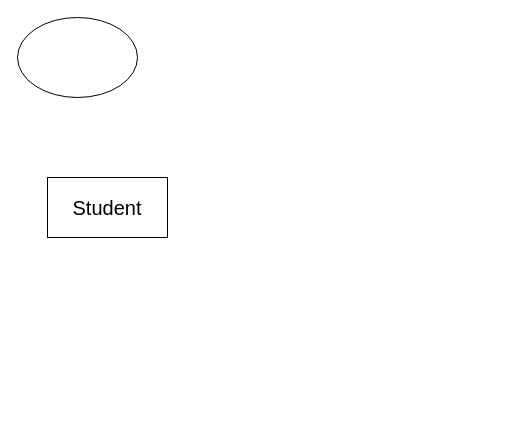
Earlier version of the draw.io diagram Untitled Diagram.drawio (Katt9/Database-Design-for-Information-Organizations). Source tidied: cells renumbered, new cells numbered last; positions are measured from the earlier drawing's top-left corner, leaving out a move shared by most shapes. Both pictures are drawn from the tidied source at 100%, with x=0, y=0 at pixel (17, 17).
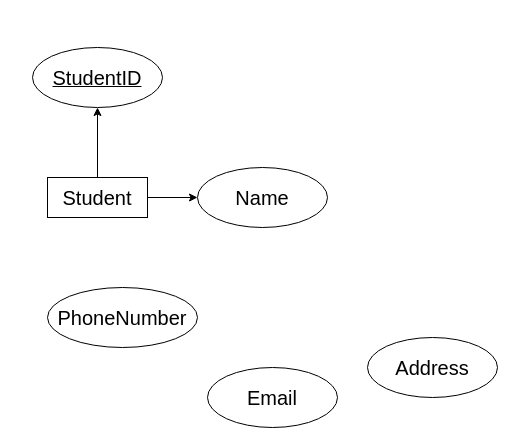
After the change.

Commit message:
Assignment I - ERD

Change to the diagram source:
```diff
@@
 <mxGraphModel>
   <root>
     <mxCell id="0" />
     <mxCell id="1" parent="0" />
+    <mxCell id="4" style="edgeStyle=orthogonalEdgeStyle;rounded=0;jettySize=auto;html=1;" parent="1" edge="1" source="2" target="7">
+      <mxGeometry relative="1" as="geometry" />
+    </mxCell>
+    <mxCell id="5" style="edgeStyle=orthogonalEdgeStyle;rounded=0;jettySize=auto;html=1;" parent="1" edge="1" source="2" target="6">
+      <mxGeometry relative="1" as="geometry" />
+    </mxCell>
-    <mxCell id="2" value="&lt;font style=&quot;font-size: 20px;&quot;&gt;Student&lt;/font&gt;" style="rounded=0;whiteSpace=wrap;html=1;" parent="1" vertex="1">
-      <mxGeometry x="30" y="160" width="120" height="60" as="geometry" />
+    <mxCell id="2" value="&lt;font style=&quot;font-size: 20px;&quot;&gt;Student&lt;/font&gt;" style="whiteSpace=wrap;html=1;align=center;" parent="1" vertex="1">
+      <mxGeometry x="30" y="160" width="100" height="40" as="geometry" />
     </mxCell>
-    <mxCell id="3" style="ellipse;whiteSpace=wrap;html=1;" parent="1" vertex="1">
-      <mxGeometry width="120" height="80" as="geometry" />
-    </mxCell>
+    <mxCell id="6" value="&lt;font style=&quot;font-size: 20px;&quot;&gt;Name&lt;/font&gt;" style="ellipse;whiteSpace=wrap;html=1;align=center;" parent="1" vertex="1">
+      <mxGeometry x="180" y="150" width="130" height="60" as="geometry" />
+    </mxCell>
+    <mxCell id="7" value="&lt;font style=&quot;font-size: 20px;&quot;&gt;StudentID&lt;/font&gt;" style="ellipse;whiteSpace=wrap;html=1;align=center;fontStyle=4;" parent="1" vertex="1">
+      <mxGeometry x="15" y="30" width="130" height="60" as="geometry" />
+    </mxCell>
+    <mxCell id="8" value="&lt;font style=&quot;font-size: 20px;&quot;&gt;PhoneNumber&lt;/font&gt;" style="ellipse;whiteSpace=wrap;html=1;align=center;" parent="1" vertex="1">
+      <mxGeometry x="30" y="270" width="150" height="60" as="geometry" />
+    </mxCell>
+    <mxCell id="9" value="&lt;font style=&quot;font-size: 20px;&quot;&gt;Address&lt;/font&gt;" style="ellipse;whiteSpace=wrap;html=1;align=center;" parent="1" vertex="1">
+      <mxGeometry x="350" y="320" width="130" height="60" as="geometry" />
+    </mxCell>
+    <mxCell id="10" value="&lt;font style=&quot;font-size: 20px;&quot;&gt;Email&lt;/font&gt;" style="ellipse;whiteSpace=wrap;html=1;align=center;" parent="1" vertex="1">
+      <mxGeometry x="190" y="350" width="130" height="60" as="geometry" />
+    </mxCell>
   </root>
 </mxGraphModel>
```
